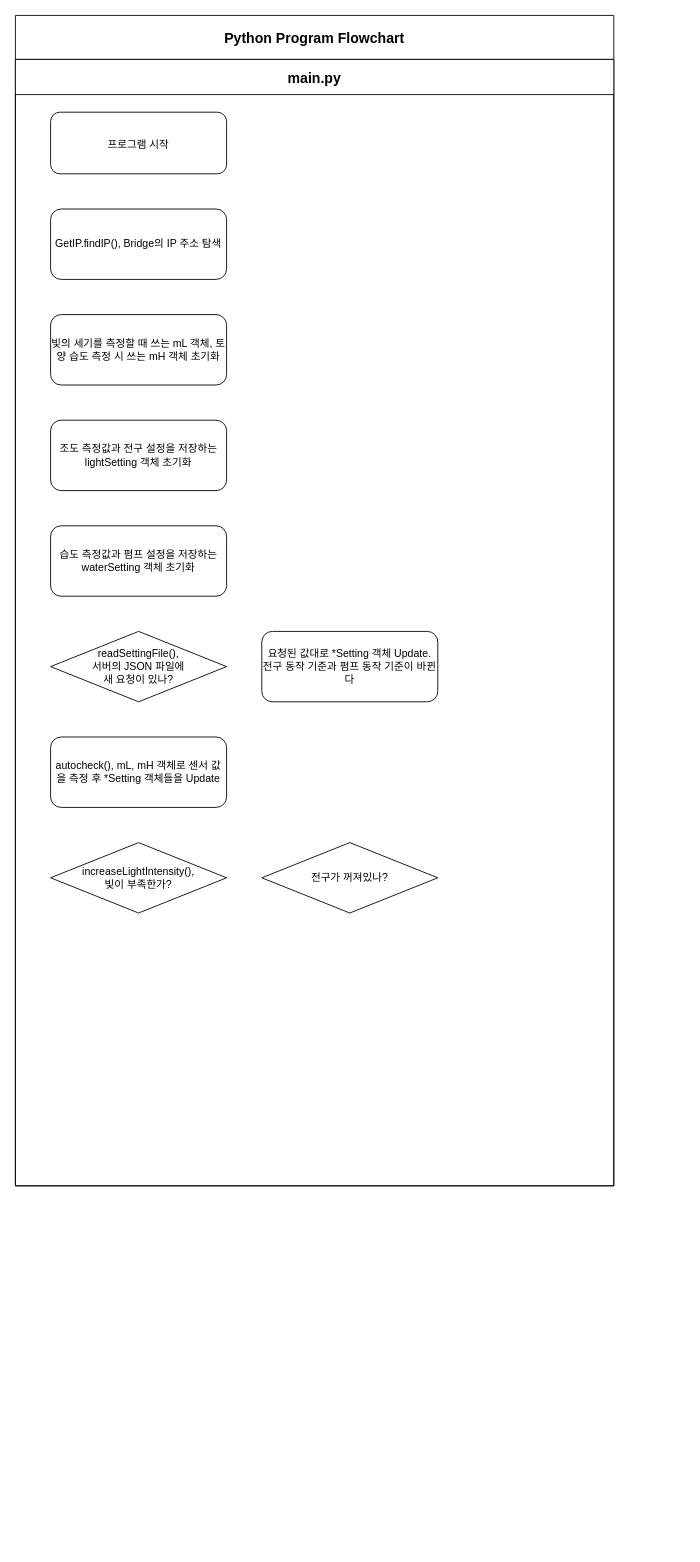
This is main.drawio from rkrnru/2021ESWContest_free_1071, a draw.io file, before an edit. Source tidied: cells renumbered, new cells numbered last; positions are measured from the earlier drawing's top-left corner, leaving out a move shared by most shapes. Both pictures are drawn from the tidied source at 88%, with x=0, y=0 at pixel (15, 15).
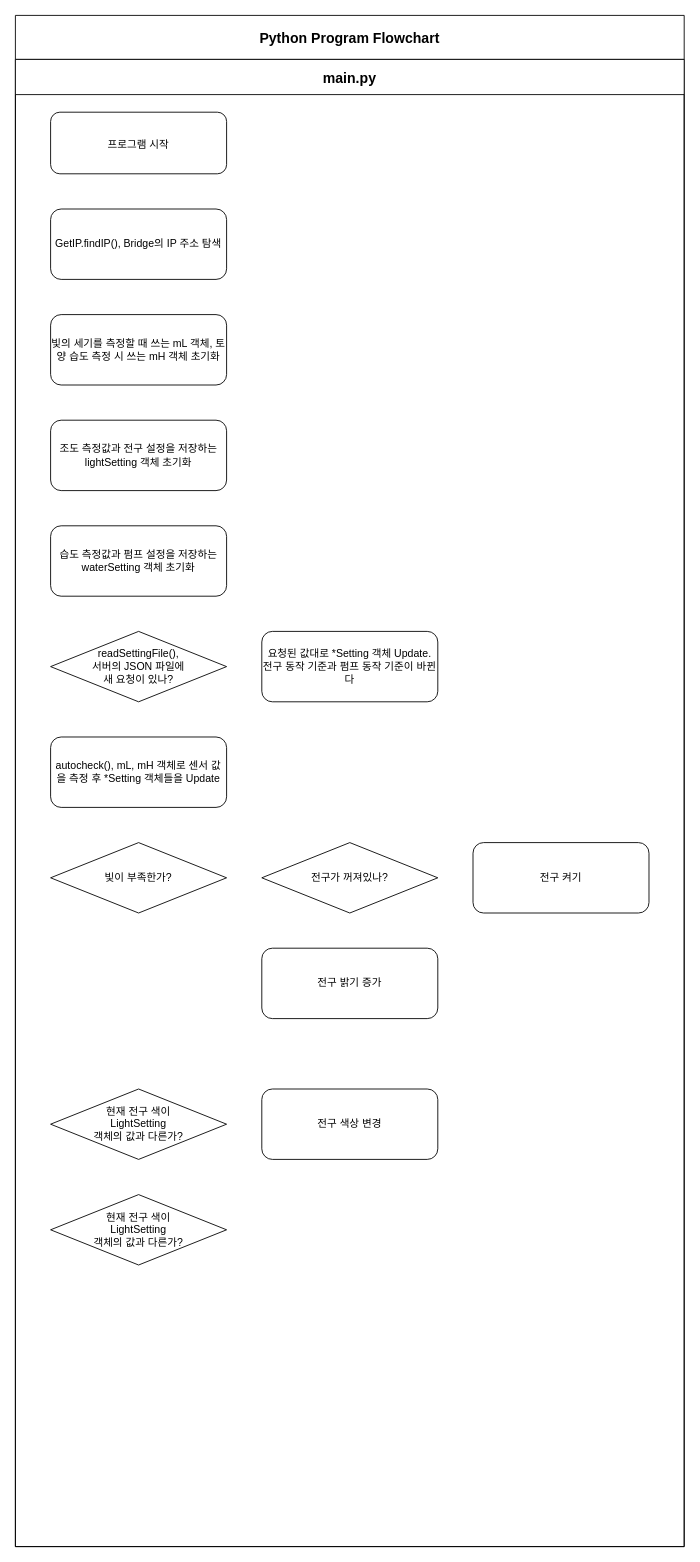
The same page after the edit.

The edit, as a diff of the source:
```diff
@@
 <mxGraphModel>
   <root>
     <mxCell id="0" />
     <mxCell id="1" parent="0" />
     <mxCell id="2" value="Python Program Flowchart" style="swimlane;fontSize=16;startSize=50;spacingTop=0;spacingBottom=0;" parent="1" vertex="1">
-      <mxGeometry width="680" height="1330" as="geometry" />
+      <mxGeometry width="760" height="1740" as="geometry" />
     </mxCell>
     <mxCell id="3" value="&lt;font style=&quot;font-size: 12px&quot;&gt;프로그램 시작&lt;/font&gt;" style="rounded=1;whiteSpace=wrap;html=1;fontSize=16;" parent="2" vertex="1">
       <mxGeometry x="40" y="110" width="200" height="70" as="geometry" />
     </mxCell>
     <mxCell id="4" value="GetIP.findIP(), Bridge의 IP 주소 탐색" style="rounded=1;whiteSpace=wrap;html=1;fontSize=12;" parent="2" vertex="1">
       <mxGeometry x="40" y="220" width="200" height="80" as="geometry" />
     </mxCell>
     <mxCell id="5" value="빛의 세기를 측정할 때 쓰는 mL 객체, 토양 습도 측정 시 쓰는 mH 객체 초기화" style="rounded=1;whiteSpace=wrap;html=1;fontSize=12;" parent="2" vertex="1">
       <mxGeometry x="40" y="340" width="200" height="80" as="geometry" />
     </mxCell>
     <mxCell id="6" value="조도 측정값과 전구 설정을 저장하는 lightSetting 객체 초기화" style="rounded=1;whiteSpace=wrap;html=1;fontSize=12;" parent="2" vertex="1">
       <mxGeometry x="40" y="460" width="200" height="80" as="geometry" />
     </mxCell>
     <mxCell id="7" value="습도 측정값과 펌프 설정을 저장하는 waterSetting 객체 초기화" style="rounded=1;whiteSpace=wrap;html=1;fontSize=12;" parent="2" vertex="1">
       <mxGeometry x="40" y="580" width="200" height="80" as="geometry" />
     </mxCell>
     <mxCell id="8" value="autocheck(), mL, mH 객체로 센서 값을 측정 후 *Setting 객체들을 Update" style="rounded=1;whiteSpace=wrap;html=1;fontSize=12;" parent="2" vertex="1">
       <mxGeometry x="40" y="820" width="200" height="80" as="geometry" />
     </mxCell>
     <mxCell id="9" value="readSettingFile(),&lt;br&gt;서버의 JSON 파일에 &lt;br&gt;새 요청이 있나?" style="rhombus;whiteSpace=wrap;html=1;fontSize=12;" parent="2" vertex="1">
       <mxGeometry x="40" y="700" width="200" height="80" as="geometry" />
     </mxCell>
     <mxCell id="10" value="요청된 값대로 *Setting 객체 Update. 전구 동작 기준과 펌프 동작 기준이 바뀐다" style="rounded=1;whiteSpace=wrap;html=1;fontSize=12;" parent="2" vertex="1">
       <mxGeometry x="280" y="700" width="200" height="80" as="geometry" />
     </mxCell>
-    <mxCell id="11" value="increaseLightIntensity(),&lt;br&gt;빛이 부족한가?" style="rhombus;whiteSpace=wrap;html=1;fontSize=12;" parent="2" vertex="1">
+    <mxCell id="11" value="빛이 부족한가?" style="rhombus;whiteSpace=wrap;html=1;fontSize=12;" parent="2" vertex="1">
       <mxGeometry x="40" y="940" width="200" height="80" as="geometry" />
     </mxCell>
     <mxCell id="12" value="전구가 꺼져있나?" style="rhombus;whiteSpace=wrap;html=1;fontSize=12;" parent="2" vertex="1">
       <mxGeometry x="280" y="940" width="200" height="80" as="geometry" />
     </mxCell>
+    <mxCell id="14" value="전구 켜기" style="rounded=1;whiteSpace=wrap;html=1;fontSize=12;" parent="2" vertex="1">
+      <mxGeometry x="520" y="940" width="200" height="80" as="geometry" />
+    </mxCell>
+    <mxCell id="15" value="전구 밝기 증가" style="rounded=1;whiteSpace=wrap;html=1;fontSize=12;" parent="2" vertex="1">
+      <mxGeometry x="280" y="1060" width="200" height="80" as="geometry" />
+    </mxCell>
+    <mxCell id="16" value="현재 전구 색이 &lt;br&gt;LightSetting&lt;br&gt;객체의 값과 다른가?" style="rhombus;whiteSpace=wrap;html=1;fontSize=12;" parent="2" vertex="1">
+      <mxGeometry x="40" y="1220" width="200" height="80" as="geometry" />
+    </mxCell>
+    <mxCell id="17" value="전구 색상 변경" style="rounded=1;whiteSpace=wrap;html=1;fontSize=12;" parent="2" vertex="1">
+      <mxGeometry x="280" y="1220" width="200" height="80" as="geometry" />
+    </mxCell>
+    <mxCell id="18" value="현재 전구 색이 &lt;br&gt;LightSetting&lt;br&gt;객체의 값과 다른가?" style="rhombus;whiteSpace=wrap;html=1;fontSize=12;" parent="2" vertex="1">
+      <mxGeometry x="40" y="1340" width="200" height="80" as="geometry" />
+    </mxCell>
     <mxCell id="13" value="main.py" style="swimlane;fontSize=16;startSize=40;" parent="1" vertex="1">
-      <mxGeometry y="50" width="680" height="1280" as="geometry" />
+      <mxGeometry y="50" width="760" height="1690" as="geometry" />
     </mxCell>
   </root>
 </mxGraphModel>
```
